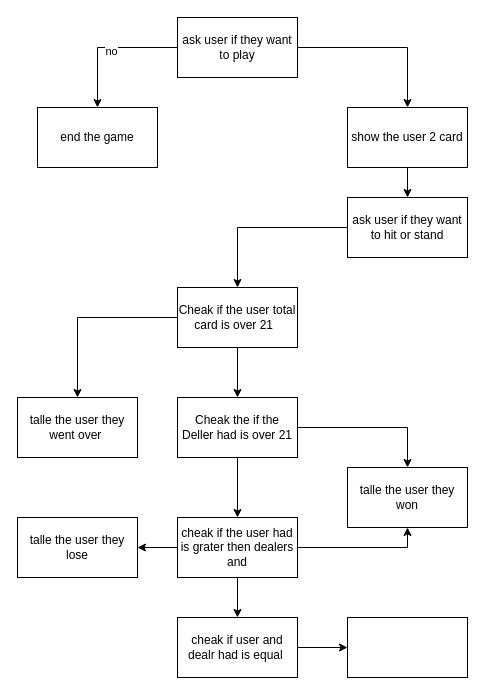
The draw.io diagram page "Page-1" (1 of 2) of Untitled Diagram.drawio in icocya/icocya, before the edit. Source tidied: cells renumbered, new cells numbered last; positions are measured from the earlier drawing's top-left corner, leaving out a move shared by most shapes. Both pictures are drawn from the tidied source at 100%, with x=0, y=0 at pixel (17, 17).
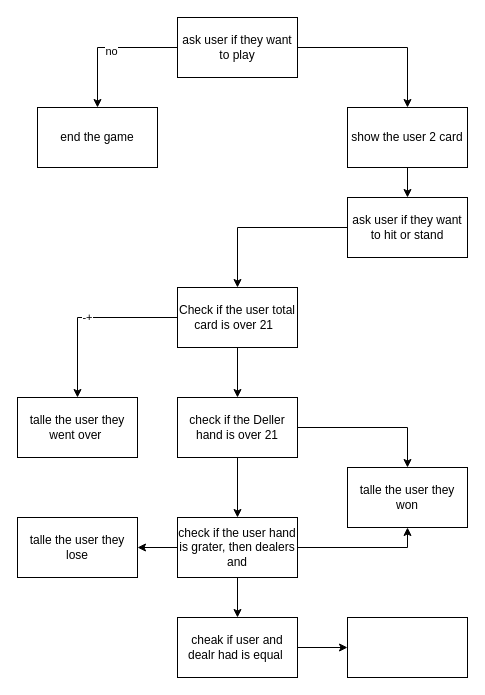
Above is the later version.

Unchanged cells that the change refers to:
```xml
<mxCell id="14" value="talle the user they went over&amp;nbsp;" style="rounded=0;whiteSpace=wrap;html=1;" parent="1" vertex="1">
  <mxGeometry y="380" width="120" height="60" as="geometry" />
</mxCell>
```

Diff of the diagram source:
```diff
@@
-    <mxCell id="11" style="edgeStyle=orthogonalEdgeStyle;rounded=0;jettySize=auto;html=1;" parent="1" edge="1" source="13" target="14">
+    <mxCell id="11" value="-+" style="edgeStyle=orthogonalEdgeStyle;rounded=0;jettySize=auto;html=1;" parent="1" edge="1" source="13" target="14">
       <mxGeometry relative="1" as="geometry" />
     </mxCell>
@@
-    <mxCell id="13" value="Cheak if the user total card is over 21&amp;nbsp;&amp;nbsp;" style="rounded=0;whiteSpace=wrap;html=1;" parent="1" vertex="1">
+    <mxCell id="13" value="Check if the user total card is over 21&amp;nbsp;&amp;nbsp;" style="rounded=0;whiteSpace=wrap;html=1;" parent="1" vertex="1">
       <mxGeometry x="160" y="270" width="120" height="60" as="geometry" />
     </mxCell>
@@
-    <mxCell id="17" value="Cheak the if the Deller had is over 21" style="rounded=0;whiteSpace=wrap;html=1;" parent="1" vertex="1">
+    <mxCell id="17" value="check if the Deller hand is over 21" style="rounded=0;whiteSpace=wrap;html=1;" parent="1" vertex="1">
       <mxGeometry x="160" y="380" width="120" height="60" as="geometry" />
     </mxCell>
@@
-    <mxCell id="22" value="cheak if the user had is grater then dealers and" style="rounded=0;whiteSpace=wrap;html=1;" parent="1" vertex="1">
+    <mxCell id="22" value="check if the user hand is grater, then dealers and" style="rounded=0;whiteSpace=wrap;html=1;" parent="1" vertex="1">
       <mxGeometry x="160" y="500" width="120" height="60" as="geometry" />
     </mxCell>
```
